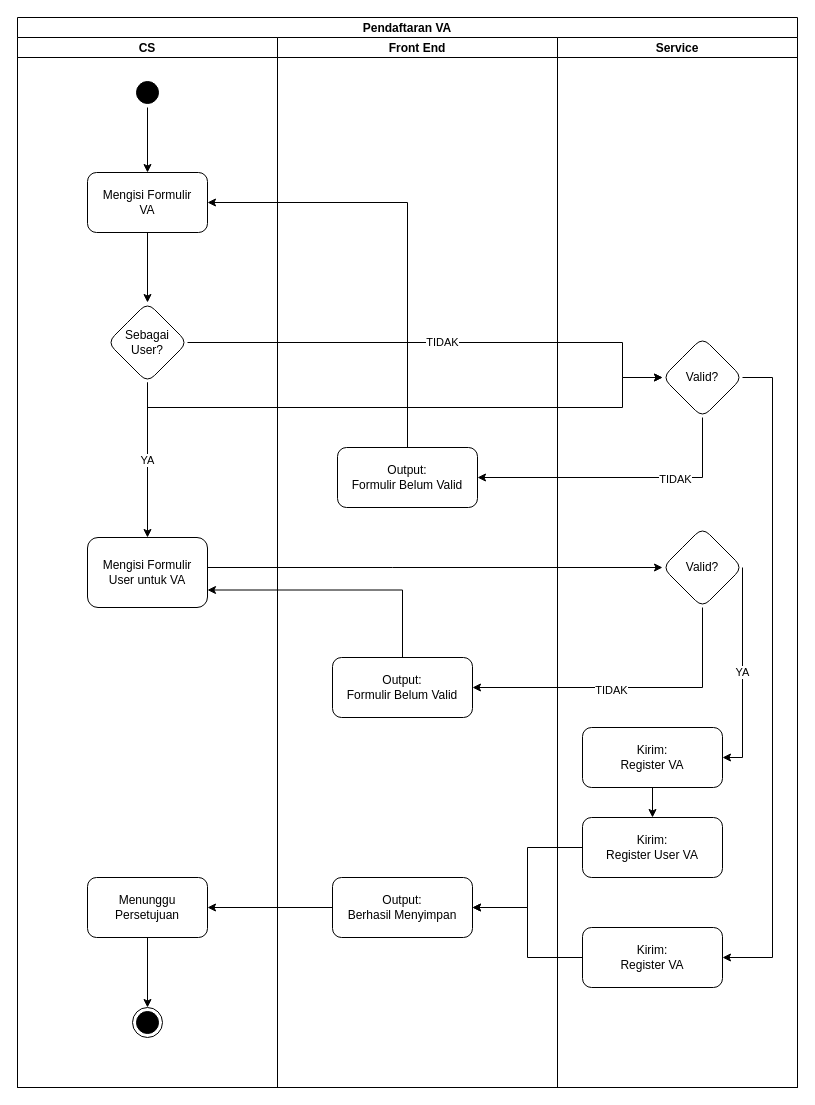
Earlier version of the draw.io diagram page "Pendaftaran VA" (2 of 8) of use-case/flow-pendaftaran.drawio (aribrilliantsyah/fsd_va_bpd_diy). Source tidied: cells renumbered, new cells numbered last; positions are measured from the earlier drawing's top-left corner, leaving out a move shared by most shapes. Both pictures are drawn from the tidied source at 100%, with x=0, y=0 at pixel (17, 17).
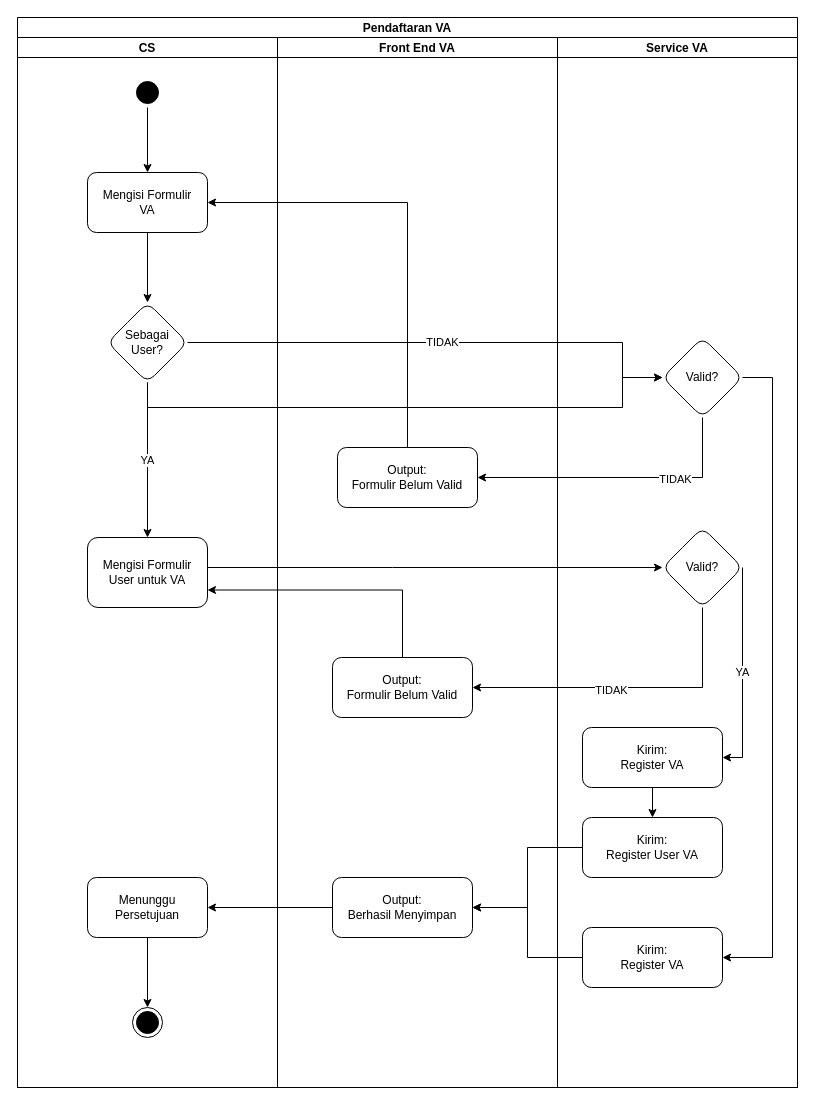
The same page after the edit.

Unchanged cells that the change refers to:
```xml
<mxCell id="2" value="Pendaftaran VA" style="swimlane;startSize=20;" parent="1" vertex="1">
  <mxGeometry width="780" height="1070" as="geometry" />
</mxCell>
```

Change to the diagram source:
```diff
@@
-    <mxCell id="14" value="Front End" style="swimlane;startSize=20;" parent="2" vertex="1">
+    <mxCell id="14" value="Front End VA" style="swimlane;startSize=20;" parent="2" vertex="1">
       <mxGeometry x="260" y="20" width="280" height="1050" as="geometry" />
     </mxCell>
@@
-    <mxCell id="18" value="Service" style="swimlane;startSize=20;" parent="2" vertex="1">
+    <mxCell id="18" value="Service VA" style="swimlane;startSize=20;" parent="2" vertex="1">
       <mxGeometry x="540" y="20" width="240" height="1050" as="geometry" />
     </mxCell>
```
